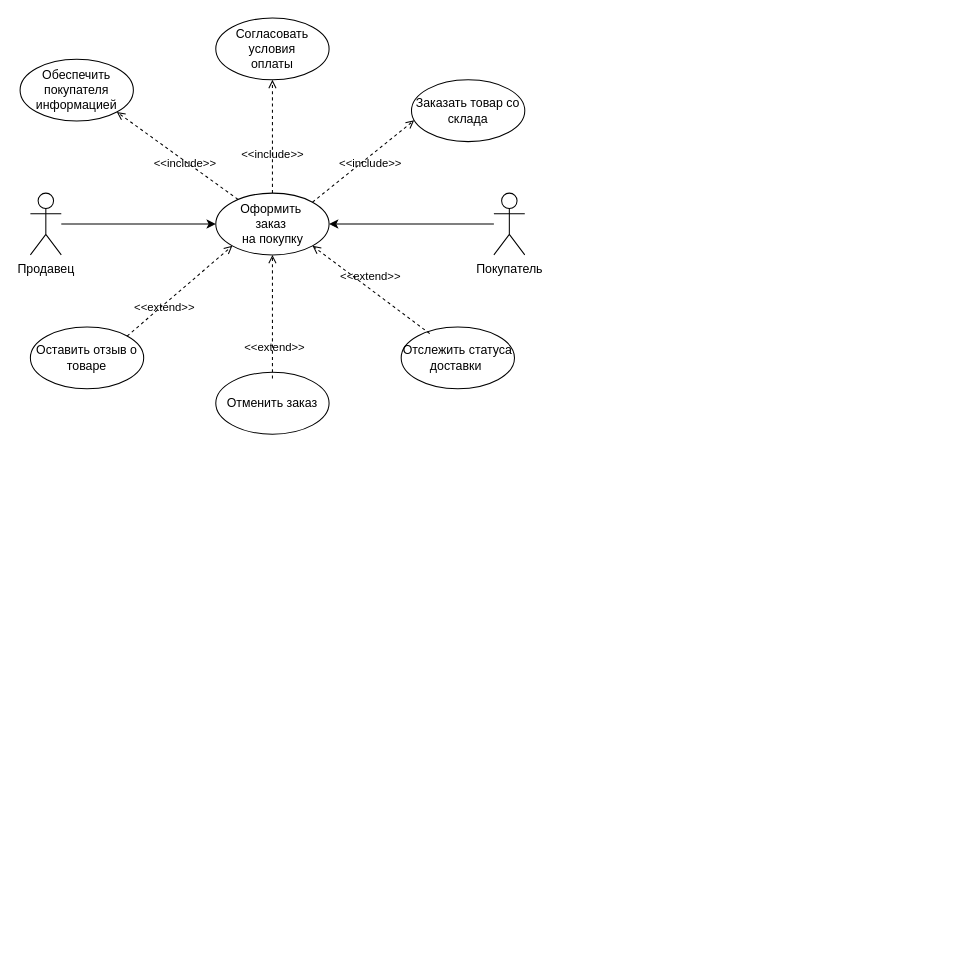
Earlier version of the draw.io diagram obos_3PR.drawio (mati-tech/draw.io). Source tidied: cells renumbered, new cells numbered last; positions are measured from the earlier drawing's top-left corner, leaving out a move shared by most shapes. Both pictures are drawn from the tidied source at 103%, with x=0, y=0 at pixel (20, 18).
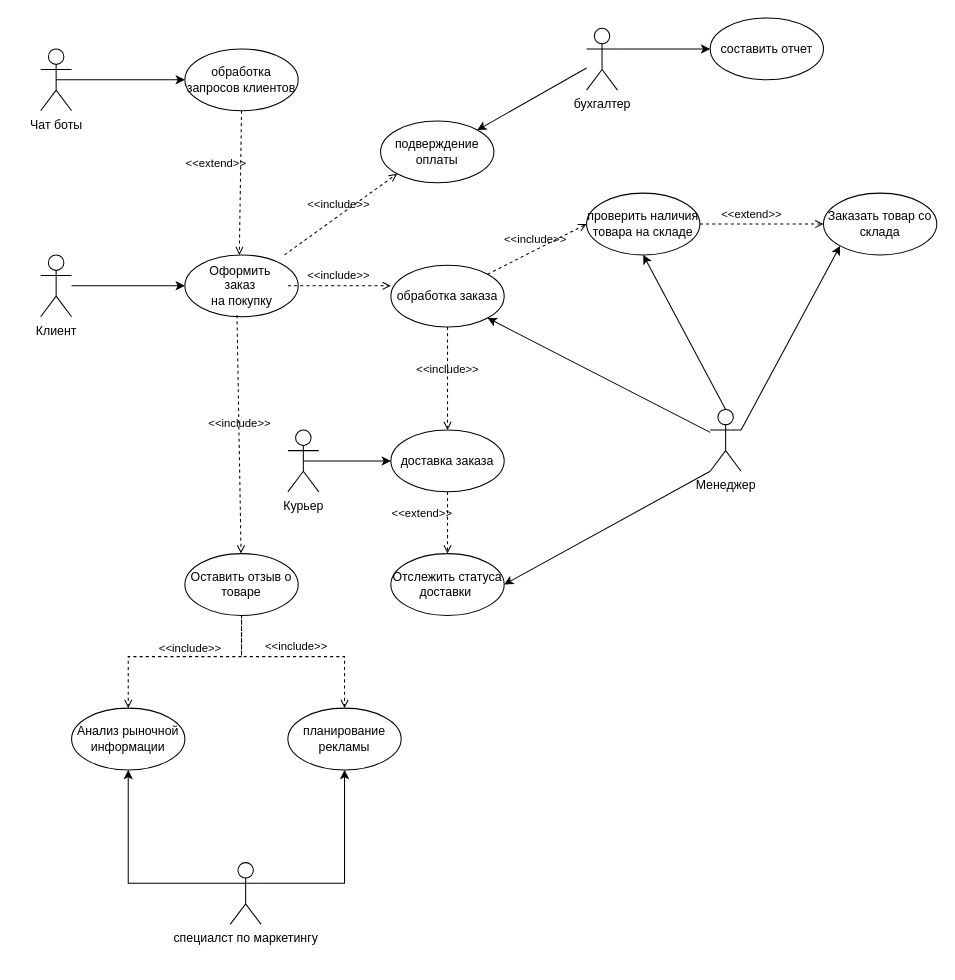
Above is the later version.

Diff of the diagram source:
```diff
@@
-    <mxCell id="2" value="Продавец" style="shape=umlActor;verticalLabelPosition=bottom;verticalAlign=top;html=1;outlineConnect=0;" parent="1" vertex="1">
-      <mxGeometry x="10" y="170" width="30" height="60" as="geometry" />
+    <mxCell id="2" value="Менеджер&lt;div&gt;&lt;br&gt;&lt;/div&gt;" style="shape=umlActor;verticalLabelPosition=bottom;verticalAlign=top;html=1;outlineConnect=0;" parent="1" vertex="1">
+      <mxGeometry x="670" y="380" width="30" height="60" as="geometry" />
     </mxCell>
-    <mxCell id="3" value="Покупатель" style="shape=umlActor;verticalLabelPosition=bottom;verticalAlign=top;html=1;outlineConnect=0;" parent="1" vertex="1">
-      <mxGeometry x="460" y="170" width="30" height="60" as="geometry" />
+    <mxCell id="3" value="Курьер" style="shape=umlActor;verticalLabelPosition=bottom;verticalAlign=top;html=1;outlineConnect=0;" parent="1" vertex="1">
+      <mxGeometry x="260" y="400" width="30" height="60" as="geometry" />
     </mxCell>
     <mxCell id="4" style="ellipse;whiteSpace=wrap;html=1;" parent="1" vertex="1">
-      <mxGeometry x="190" y="170" width="110" height="60" as="geometry" />
+      <mxGeometry x="160" y="230" width="110" height="60" as="geometry" />
     </mxCell>
     <mxCell id="5" value="Заказать товар со склада" style="ellipse;whiteSpace=wrap;html=1;" parent="1" vertex="1">
-      <mxGeometry x="380" y="60" width="110" height="60" as="geometry" />
+      <mxGeometry x="780" y="170" width="110" height="60" as="geometry" />
     </mxCell>
-    <mxCell id="6" value="&lt;div&gt;Согласовать условия&lt;/div&gt;&lt;div&gt;оплаты&lt;/div&gt;" style="ellipse;whiteSpace=wrap;html=1;" parent="1" vertex="1">
-      <mxGeometry x="190" width="110" height="60" as="geometry" />
+    <mxCell id="6" value="подверждение оплаты" style="ellipse;whiteSpace=wrap;html=1;" parent="1" vertex="1">
+      <mxGeometry x="350" y="100" width="110" height="60" as="geometry" />
     </mxCell>
-    <mxCell id="7" value="&lt;div&gt;Обеспечить покупателя&lt;/div&gt;&lt;div&gt;информацией&lt;/div&gt;" style="ellipse;whiteSpace=wrap;html=1;" parent="1" vertex="1">
-      <mxGeometry y="40" width="110" height="60" as="geometry" />
-    </mxCell>
+    <mxCell id="10" value="Отслежить статуса доставки&amp;nbsp;" style="ellipse;whiteSpace=wrap;html=1;" parent="1" vertex="1">
+      <mxGeometry x="360" y="520" width="110" height="60" as="geometry" />
+    </mxCell>
+    <mxCell id="13" value="Оформить&amp;nbsp;&lt;div&gt;заказ&amp;nbsp;&lt;/div&gt;&lt;div&gt;на покупку&lt;/div&gt;" style="text;html=1;align=center;verticalAlign=middle;points=[];strokeColor=none;fillColor=none;" parent="1" vertex="1">
+      <mxGeometry x="170" y="230" width="90" height="60" as="geometry" />
+    </mxCell>
+    <mxCell id="16" value="&amp;lt;&amp;lt;include&amp;gt;&amp;gt;" style="html=1;verticalAlign=bottom;labelBackgroundColor=none;endArrow=open;endFill=0;dashed=1;rounded=0;entryX=0;entryY=1;entryDx=0;entryDy=0;" parent="1" edge="1" source="13" target="6">
+      <mxGeometry x="-0.01" y="1" relative="1" as="geometry">
+        <mxPoint x="-1" as="offset" />
+      </mxGeometry>
+    </mxCell>
+    <mxCell id="20" value="&amp;lt;&amp;lt;extend&amp;gt;&amp;gt;" style="html=1;verticalAlign=bottom;labelBackgroundColor=none;endArrow=open;endFill=0;dashed=1;rounded=0;exitX=0.5;exitY=1;exitDx=0;exitDy=0;entryX=0.476;entryY=0.002;entryDx=0;entryDy=0;entryPerimeter=0;" parent="1" edge="1" source="40" target="13">
+      <mxGeometry x="-0.14" y="-24" relative="1" as="geometry" />
+    </mxCell>
+    <mxCell id="21" value="&lt;div&gt;Клиент&lt;/div&gt;&lt;div&gt;&lt;br&gt;&lt;/div&gt;" style="shape=umlActor;verticalLabelPosition=bottom;verticalAlign=top;html=1;outlineConnect=0;" parent="1" vertex="1">
+      <mxGeometry x="20" y="230" width="30" height="60" as="geometry" />
+    </mxCell>
+    <mxCell id="22" value="Чат боты&lt;div&gt;&lt;br&gt;&lt;/div&gt;" style="shape=umlActor;verticalLabelPosition=bottom;verticalAlign=top;html=1;outlineConnect=0;" parent="1" vertex="1">
+      <mxGeometry x="20" y="30" width="30" height="60" as="geometry" />
+    </mxCell>
+    <mxCell id="23" style="endArrow=classic;html=1;rounded=0;entryX=0;entryY=0.5;entryDx=0;entryDy=0;" parent="1" edge="1" source="21" target="4">
+      <mxGeometry relative="1" as="geometry" />
+    </mxCell>
+    <mxCell id="24" value="бухгалтер&lt;div&gt;&lt;br&gt;&lt;/div&gt;" style="shape=umlActor;verticalLabelPosition=bottom;verticalAlign=top;html=1;outlineConnect=0;" parent="1" vertex="1">
+      <mxGeometry x="550" y="10" width="30" height="60" as="geometry" />
+    </mxCell>
+    <mxCell id="25" style="endArrow=classic;html=1;rounded=0;entryX=1;entryY=0;entryDx=0;entryDy=0;" parent="1" edge="1" source="24" target="6">
+      <mxGeometry relative="1" as="geometry" />
+    </mxCell>
+    <mxCell id="26" value="составить отчет" style="ellipse;whiteSpace=wrap;html=1;" parent="1" vertex="1">
+      <mxGeometry x="670" width="110" height="60" as="geometry" />
+    </mxCell>
+    <mxCell id="27" style="endArrow=classic;html=1;rounded=0;exitX=1;exitY=0.3333333333333333;exitDx=0;exitDy=0;exitPerimeter=0;entryX=0;entryY=0.5;entryDx=0;entryDy=0;" parent="1" edge="1" source="24" target="26">
+      <mxGeometry relative="1" as="geometry" />
+    </mxCell>
+    <mxCell id="28" value="обработка заказа" style="ellipse;whiteSpace=wrap;html=1;" parent="1" vertex="1">
+      <mxGeometry x="360" y="240" width="110" height="60" as="geometry" />
+    </mxCell>
+    <mxCell id="29" value="&amp;lt;&amp;lt;include&amp;gt;&amp;gt;" style="html=1;verticalAlign=bottom;labelBackgroundColor=none;endArrow=open;endFill=0;dashed=1;rounded=0;entryX=0;entryY=0.333;entryDx=0;entryDy=0;entryPerimeter=0;" parent="1" edge="1" source="13" target="28">
+      <mxGeometry x="-0.02" y="1" relative="1" as="geometry" />
+    </mxCell>
+    <mxCell id="30" style="endArrow=classic;html=1;rounded=0;entryX=1;entryY=1;entryDx=0;entryDy=0;" parent="1" edge="1" source="2" target="28">
+      <mxGeometry relative="1" as="geometry" />
+    </mxCell>
+    <mxCell id="31" value="&amp;lt;&amp;lt;include&amp;gt;&amp;gt;" style="html=1;verticalAlign=bottom;labelBackgroundColor=none;endArrow=open;endFill=0;dashed=1;rounded=0;exitX=0.5;exitY=1;exitDx=0;exitDy=0;entryX=0.5;entryY=0;entryDx=0;entryDy=0;" parent="1" edge="1" source="28" target="32">
+      <mxGeometry x="-0.01" y="1" relative="1" as="geometry">
+        <mxPoint x="-1" as="offset" />
+      </mxGeometry>
+    </mxCell>
+    <mxCell id="32" value="доставка заказа" style="ellipse;whiteSpace=wrap;html=1;" parent="1" vertex="1">
+      <mxGeometry x="360" y="400" width="110" height="60" as="geometry" />
+    </mxCell>
+    <mxCell id="33" style="endArrow=classic;html=1;rounded=0;entryX=0;entryY=0.5;entryDx=0;entryDy=0;exitX=0.5;exitY=0.5;exitDx=0;exitDy=0;exitPerimeter=0;" parent="1" edge="1" source="3" target="32">
+      <mxGeometry relative="1" as="geometry" />
+    </mxCell>
+    <mxCell id="34" value="проверить наличия товара на складе" style="ellipse;whiteSpace=wrap;html=1;" parent="1" vertex="1">
+      <mxGeometry x="550" y="170" width="110" height="60" as="geometry" />
+    </mxCell>
+    <mxCell id="35" value="&amp;lt;&amp;lt;include&amp;gt;&amp;gt;" style="html=1;verticalAlign=bottom;labelBackgroundColor=none;endArrow=open;endFill=0;dashed=1;rounded=0;exitX=1;exitY=0;exitDx=0;exitDy=0;entryX=0;entryY=0.5;entryDx=0;entryDy=0;" parent="1" edge="1" source="28" target="34">
+      <mxGeometry x="-0.01" y="1" relative="1" as="geometry">
+        <mxPoint x="-1" as="offset" />
+      </mxGeometry>
+    </mxCell>
+    <mxCell id="36" value="&amp;lt;&amp;lt;extend&amp;gt;&amp;gt;" style="html=1;verticalAlign=bottom;labelBackgroundColor=none;endArrow=open;endFill=0;dashed=1;rounded=0;exitX=1;exitY=0.5;exitDx=0;exitDy=0;entryX=0;entryY=0.5;entryDx=0;entryDy=0;" parent="1" edge="1" source="34" target="5">
+      <mxGeometry x="-0.17" relative="1" as="geometry" />
+    </mxCell>
+    <mxCell id="37" style="endArrow=classic;html=1;rounded=0;exitX=1;exitY=0.3333333333333333;exitDx=0;exitDy=0;exitPerimeter=0;entryX=0;entryY=1;entryDx=0;entryDy=0;" parent="1" edge="1" source="2" target="5">
+      <mxGeometry relative="1" as="geometry" />
+    </mxCell>
+    <mxCell id="38" style="endArrow=classic;html=1;rounded=0;exitX=0.5;exitY=0;exitDx=0;exitDy=0;exitPerimeter=0;entryX=0.5;entryY=1;entryDx=0;entryDy=0;" parent="1" edge="1" source="2" target="34">
+      <mxGeometry relative="1" as="geometry" />
+    </mxCell>
+    <mxCell id="39" value="&amp;lt;&amp;lt;extend&amp;gt;&amp;gt;" style="html=1;verticalAlign=bottom;labelBackgroundColor=none;endArrow=open;endFill=0;dashed=1;rounded=0;exitX=0.5;exitY=1;exitDx=0;exitDy=0;entryX=0.5;entryY=0;entryDx=0;entryDy=0;" parent="1" edge="1" source="32" target="10">
+      <mxGeometry y="-25" relative="1" as="geometry" />
+    </mxCell>
+    <mxCell id="40" value="обработка запросов клиентов" style="ellipse;whiteSpace=wrap;html=1;" parent="1" vertex="1">
+      <mxGeometry x="160" y="30" width="110" height="60" as="geometry" />
+    </mxCell>
+    <mxCell id="41" style="endArrow=classic;html=1;rounded=0;exitX=0.5;exitY=0.5;exitDx=0;exitDy=0;exitPerimeter=0;" parent="1" edge="1" source="22" target="40">
+      <mxGeometry relative="1" as="geometry" />
+    </mxCell>
+    <mxCell id="42" style="endArrow=classic;html=1;rounded=0;exitX=0;exitY=1;exitDx=0;exitDy=0;exitPerimeter=0;entryX=1;entryY=0.5;entryDx=0;entryDy=0;" parent="1" edge="1" source="2" target="10">
+      <mxGeometry relative="1" as="geometry" />
+    </mxCell>
     <mxCell id="8" value="Оставить отзыв о товаре" style="ellipse;whiteSpace=wrap;html=1;" parent="1" vertex="1">
-      <mxGeometry x="10" y="300" width="110" height="60" as="geometry" />
+      <mxGeometry x="160" y="520" width="110" height="60" as="geometry" />
     </mxCell>
-    <mxCell id="9" value="Отменить заказ" style="ellipse;whiteSpace=wrap;html=1;" parent="1" vertex="1">
-      <mxGeometry x="190" y="344" width="110" height="60" as="geometry" />
-    </mxCell>
-    <mxCell id="10" value="Отслежить статуса доставки&amp;nbsp;" style="ellipse;whiteSpace=wrap;html=1;" parent="1" vertex="1">
-      <mxGeometry x="370" y="300" width="110" height="60" as="geometry" />
-    </mxCell>
-    <mxCell id="11" style="endArrow=classic;html=1;rounded=0;entryX=1;entryY=0.5;entryDx=0;entryDy=0;" parent="1" edge="1" source="3" target="4">
-      <mxGeometry relative="1" as="geometry" />
-    </mxCell>
-    <mxCell id="12" style="endArrow=classic;html=1;rounded=0;" parent="1" edge="1" source="2">
-      <mxGeometry relative="1" as="geometry">
-        <mxPoint x="190" y="200" as="targetPoint" />
-      </mxGeometry>
-    </mxCell>
-    <mxCell id="13" value="Оформить&amp;nbsp;&lt;div&gt;заказ&amp;nbsp;&lt;/div&gt;&lt;div&gt;на покупку&lt;/div&gt;" style="text;html=1;align=center;verticalAlign=middle;points=[];strokeColor=none;fillColor=none;" parent="1" vertex="1">
-      <mxGeometry x="200" y="170" width="90" height="60" as="geometry" />
-    </mxCell>
-    <mxCell id="14" value="&amp;lt;&amp;lt;include&amp;gt;&amp;gt;" style="html=1;verticalAlign=bottom;labelBackgroundColor=none;endArrow=open;endFill=0;dashed=1;rounded=0;entryX=0.024;entryY=0.656;entryDx=0;entryDy=0;entryPerimeter=0;exitX=1;exitY=0;exitDx=0;exitDy=0;" parent="1" edge="1" source="4" target="5">
-      <mxGeometry x="-0.03" y="-13" relative="1" as="geometry">
-        <mxPoint y="-1" as="offset" />
-      </mxGeometry>
-    </mxCell>
-    <mxCell id="15" value="&amp;lt;&amp;lt;include&amp;gt;&amp;gt;" style="html=1;verticalAlign=bottom;labelBackgroundColor=none;endArrow=open;endFill=0;dashed=1;rounded=0;entryX=0.5;entryY=1;entryDx=0;entryDy=0;exitX=0.5;exitY=0;exitDx=0;exitDy=0;" parent="1" edge="1" source="4" target="6">
-      <mxGeometry x="-0.45" relative="1" as="geometry">
-        <mxPoint y="1" as="offset" />
-      </mxGeometry>
-    </mxCell>
-    <mxCell id="16" value="&amp;lt;&amp;lt;include&amp;gt;&amp;gt;" style="html=1;verticalAlign=bottom;labelBackgroundColor=none;endArrow=open;endFill=0;dashed=1;rounded=0;entryX=1;entryY=1;entryDx=0;entryDy=0;" parent="1" edge="1" source="4" target="7">
-      <mxGeometry x="-0.21" y="9" relative="1" as="geometry" />
-    </mxCell>
-    <mxCell id="17" value="&amp;lt;&amp;lt;extend&amp;gt;&amp;gt;" style="html=1;verticalAlign=bottom;labelBackgroundColor=none;endArrow=open;endFill=0;dashed=1;rounded=0;exitX=1;exitY=0;exitDx=0;exitDy=0;entryX=0;entryY=1;entryDx=0;entryDy=0;" parent="1" edge="1" source="8" target="4">
-      <mxGeometry x="-0.41" y="-9" relative="1" as="geometry" />
-    </mxCell>
-    <mxCell id="18" value="&amp;lt;&amp;lt;extend&amp;gt;&amp;gt;" style="html=1;verticalAlign=bottom;labelBackgroundColor=none;endArrow=open;endFill=0;dashed=1;rounded=0;exitX=0.252;exitY=0.107;exitDx=0;exitDy=0;exitPerimeter=0;entryX=1;entryY=1;entryDx=0;entryDy=0;" parent="1" edge="1" source="10" target="4">
-      <mxGeometry x="0.04" y="-3" relative="1" as="geometry" />
-    </mxCell>
-    <mxCell id="19" value="&amp;lt;&amp;lt;extend&amp;gt;&amp;gt;" style="html=1;verticalAlign=bottom;labelBackgroundColor=none;endArrow=open;endFill=0;dashed=1;rounded=0;" parent="1" edge="1" target="13">
-      <mxGeometry x="-0.65" y="-2" relative="1" as="geometry">
-        <mxPoint x="245" y="350" as="sourcePoint" />
-      </mxGeometry>
-    </mxCell>
+    <mxCell id="43" value="&amp;lt;&amp;lt;include&amp;gt;&amp;gt;" style="html=1;verticalAlign=bottom;labelBackgroundColor=none;endArrow=open;endFill=0;dashed=1;rounded=0;exitX=0.451;exitY=0.974;exitDx=0;exitDy=0;exitPerimeter=0;" parent="1" edge="1" source="13" target="8">
+      <mxGeometry x="-0.01" y="1" relative="1" as="geometry">
+        <mxPoint x="-1" as="offset" />
+      </mxGeometry>
+    </mxCell>
+    <mxCell id="44" value="специалст по маркетингу&lt;div&gt;&lt;br&gt;&lt;/div&gt;" style="shape=umlActor;verticalLabelPosition=bottom;verticalAlign=top;html=1;outlineConnect=0;" parent="1" vertex="1">
+      <mxGeometry x="204" y="820" width="30" height="60" as="geometry" />
+    </mxCell>
+    <mxCell id="45" value="Aнализ рыночной информации" style="ellipse;whiteSpace=wrap;html=1;" parent="1" vertex="1">
+      <mxGeometry x="50" y="670" width="110" height="60" as="geometry" />
+    </mxCell>
+    <mxCell id="46" value="планирование рекламы" style="ellipse;whiteSpace=wrap;html=1;" parent="1" vertex="1">
+      <mxGeometry x="260" y="670" width="110" height="60" as="geometry" />
+    </mxCell>
+    <mxCell id="47" value="&amp;lt;&amp;lt;include&amp;gt;&amp;gt;" style="html=1;verticalAlign=bottom;labelBackgroundColor=none;endArrow=open;endFill=0;dashed=1;rounded=0;exitX=0.5;exitY=1;exitDx=0;exitDy=0;entryX=0.5;entryY=0;entryDx=0;entryDy=0;" parent="1" edge="1" target="45">
+      <mxGeometry x="-0.01" y="1" relative="1" as="geometry">
+        <mxPoint x="215" y="600" as="sourcePoint" />
+        <Array as="points">
+          <mxPoint x="215" y="580" />
+          <mxPoint x="215" y="620" />
+          <mxPoint x="105" y="620" />
+        </Array>
+        <mxPoint x="-1" as="offset" />
+      </mxGeometry>
+    </mxCell>
+    <mxCell id="48" value="&amp;lt;&amp;lt;include&amp;gt;&amp;gt;" style="html=1;verticalAlign=bottom;labelBackgroundColor=none;endArrow=open;endFill=0;dashed=1;rounded=0;exitX=0.5;exitY=1;exitDx=0;exitDy=0;entryX=0.5;entryY=0;entryDx=0;entryDy=0;" parent="1" edge="1" source="8" target="46">
+      <mxGeometry x="-0.01" y="1" relative="1" as="geometry">
+        <Array as="points">
+          <mxPoint x="215" y="620" />
+          <mxPoint x="315" y="620" />
+        </Array>
+        <mxPoint x="-1" as="offset" />
+      </mxGeometry>
+    </mxCell>
+    <mxCell id="49" style="endArrow=classic;html=1;rounded=0;exitX=0;exitY=0.3333333333333333;exitDx=0;exitDy=0;exitPerimeter=0;entryX=0.5;entryY=1;entryDx=0;entryDy=0;" parent="1" edge="1" source="44" target="45">
+      <mxGeometry relative="1" as="geometry">
+        <Array as="points">
+          <mxPoint x="105" y="840" />
+        </Array>
+      </mxGeometry>
+    </mxCell>
+    <mxCell id="50" style="endArrow=classic;html=1;rounded=0;exitX=1;exitY=0.3333333333333333;exitDx=0;exitDy=0;exitPerimeter=0;entryX=0.5;entryY=1;entryDx=0;entryDy=0;" parent="1" edge="1" source="44" target="46">
+      <mxGeometry relative="1" as="geometry">
+        <Array as="points">
+          <mxPoint x="315" y="840" />
+        </Array>
+      </mxGeometry>
+    </mxCell>
```
